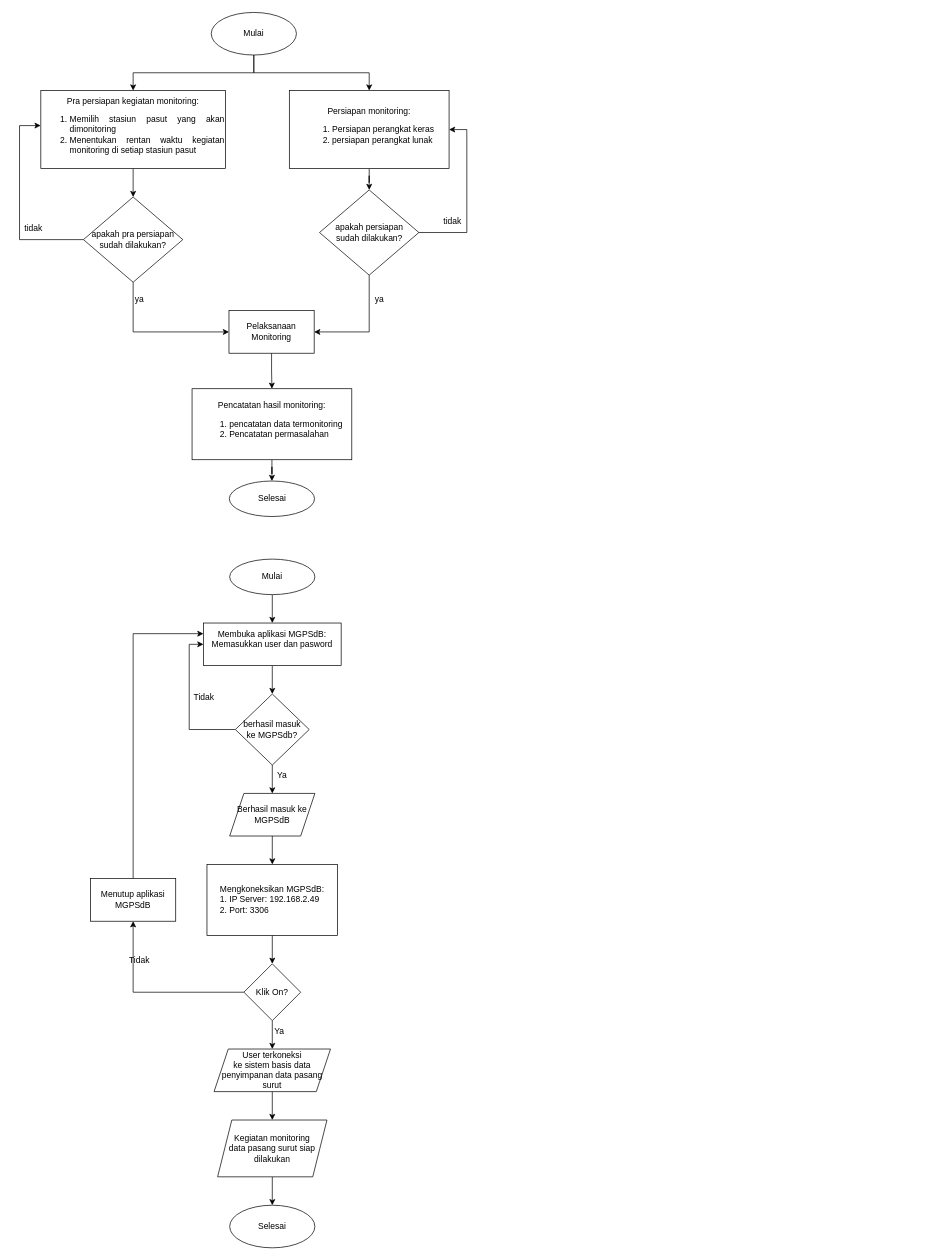
Earlier version of the draw.io diagram Monitoring/Untitled Diagram.drawio (ridhoilahi/diagramalir). Source tidied: cells renumbered, new cells numbered last; positions are measured from the earlier drawing's top-left corner, leaving out a move shared by most shapes. Both pictures are drawn from the tidied source at 71%, with x=0, y=0 at pixel (12, 12).
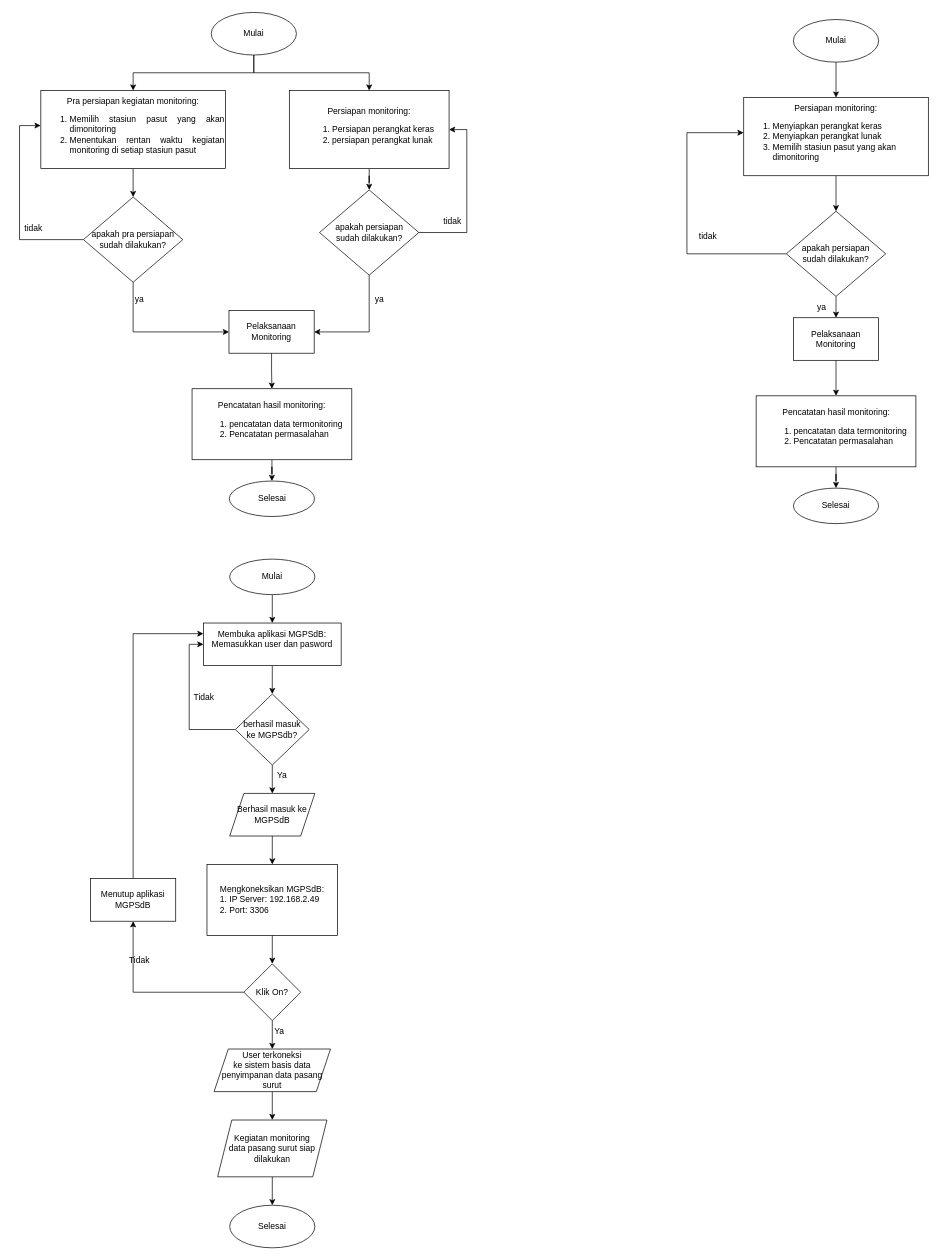
After the change.

Diff of the diagram source:
```diff
@@
+    <mxCell id="49" style="edgeStyle=orthogonalEdgeStyle;rounded=0;jettySize=auto;html=1;" parent="1" edge="1" source="50" target="52">
+      <mxGeometry relative="1" as="geometry" />
+    </mxCell>
+    <mxCell id="50" value="Mulai" style="ellipse;whiteSpace=wrap;html=1;" parent="1" vertex="1">
+      <mxGeometry x="1100" y="10" width="120" height="60" as="geometry" />
+    </mxCell>
+    <mxCell id="51" style="edgeStyle=orthogonalEdgeStyle;rounded=0;jettySize=auto;html=1;entryX=0.5;entryY=0;entryDx=0;entryDy=0;" parent="1" edge="1" source="52" target="55">
+      <mxGeometry relative="1" as="geometry" />
+    </mxCell>
+    <mxCell id="52" value="&lt;div&gt;Persiapan monitoring:&lt;/div&gt;&lt;div align=&quot;left&quot;&gt;&lt;ol&gt;&lt;li&gt;Menyiapkan perangkat keras&lt;/li&gt;&lt;li&gt;Menyiapkan perangkat lunak &lt;br&gt;&lt;/li&gt;&lt;li&gt;&lt;div&gt;Memilih stasiun pasut yang akan dimonitoring&lt;/div&gt;&lt;/li&gt;&lt;/ol&gt;&lt;/div&gt;" style="rounded=0;whiteSpace=wrap;html=1;" parent="1" vertex="1">
+      <mxGeometry x="1030" y="120" width="260" height="110" as="geometry" />
+    </mxCell>
+    <mxCell id="53" style="edgeStyle=orthogonalEdgeStyle;rounded=0;jettySize=auto;html=1;exitX=0.5;exitY=1;exitDx=0;exitDy=0;entryX=0.5;entryY=0;entryDx=0;entryDy=0;" parent="1" edge="1" source="55" target="57">
+      <mxGeometry relative="1" as="geometry" />
+    </mxCell>
+    <mxCell id="54" style="edgeStyle=orthogonalEdgeStyle;rounded=0;jettySize=auto;html=1;entryX=-0.001;entryY=0.449;entryDx=0;entryDy=0;entryPerimeter=0;exitX=0;exitY=0.5;exitDx=0;exitDy=0;" parent="1" edge="1" source="55" target="52">
+      <mxGeometry relative="1" as="geometry">
+        <Array as="points">
+          <mxPoint x="950" y="340" />
+          <mxPoint x="950" y="169" />
+        </Array>
+      </mxGeometry>
+    </mxCell>
+    <mxCell id="55" value="&lt;div&gt;apakah persiapan &lt;br&gt;&lt;/div&gt;&lt;div&gt;sudah dilakukan?&lt;/div&gt;" style="rhombus;whiteSpace=wrap;html=1;" parent="1" vertex="1">
+      <mxGeometry x="1090" y="280" width="140" height="120" as="geometry" />
+    </mxCell>
+    <mxCell id="56" style="edgeStyle=orthogonalEdgeStyle;rounded=0;jettySize=auto;html=1;entryX=0.5;entryY=0;entryDx=0;entryDy=0;" parent="1" edge="1" source="57" target="61">
+      <mxGeometry relative="1" as="geometry" />
+    </mxCell>
+    <mxCell id="57" value="Pelaksanaan Monitoring" style="rounded=0;whiteSpace=wrap;html=1;" parent="1" vertex="1">
+      <mxGeometry x="1100" y="430" width="120" height="60" as="geometry" />
+    </mxCell>
+    <mxCell id="58" value="tidak" style="text;html=1;strokeColor=none;fillColor=none;align=center;verticalAlign=middle;whiteSpace=wrap;rounded=0;" parent="1" vertex="1">
+      <mxGeometry x="950" y="300" width="60" height="30" as="geometry" />
+    </mxCell>
+    <mxCell id="59" value="ya" style="text;html=1;strokeColor=none;fillColor=none;align=center;verticalAlign=middle;whiteSpace=wrap;rounded=0;" parent="1" vertex="1">
+      <mxGeometry x="1110" y="400" width="60" height="30" as="geometry" />
+    </mxCell>
+    <mxCell id="60" style="edgeStyle=orthogonalEdgeStyle;rounded=0;jettySize=auto;html=1;" parent="1" edge="1" source="61" target="62">
+      <mxGeometry relative="1" as="geometry" />
+    </mxCell>
+    <mxCell id="61" value="&lt;div&gt;Pencatatan hasil monitoring: &lt;br&gt;&lt;/div&gt;&lt;div align=&quot;justify&quot;&gt;&lt;ol&gt;&lt;li&gt;pencatatan data termonitoring&lt;br&gt;&lt;/li&gt;&lt;li&gt;Pencatatan permasalahan&lt;br&gt;&lt;/li&gt;&lt;/ol&gt;&lt;/div&gt;" style="rounded=0;whiteSpace=wrap;html=1;" parent="1" vertex="1">
+      <mxGeometry x="1047.5" y="540" width="225" height="100" as="geometry" />
+    </mxCell>
+    <mxCell id="62" value="Selesai" style="ellipse;whiteSpace=wrap;html=1;" parent="1" vertex="1">
+      <mxGeometry x="1100" y="670" width="120" height="50" as="geometry" />
+    </mxCell>
```
